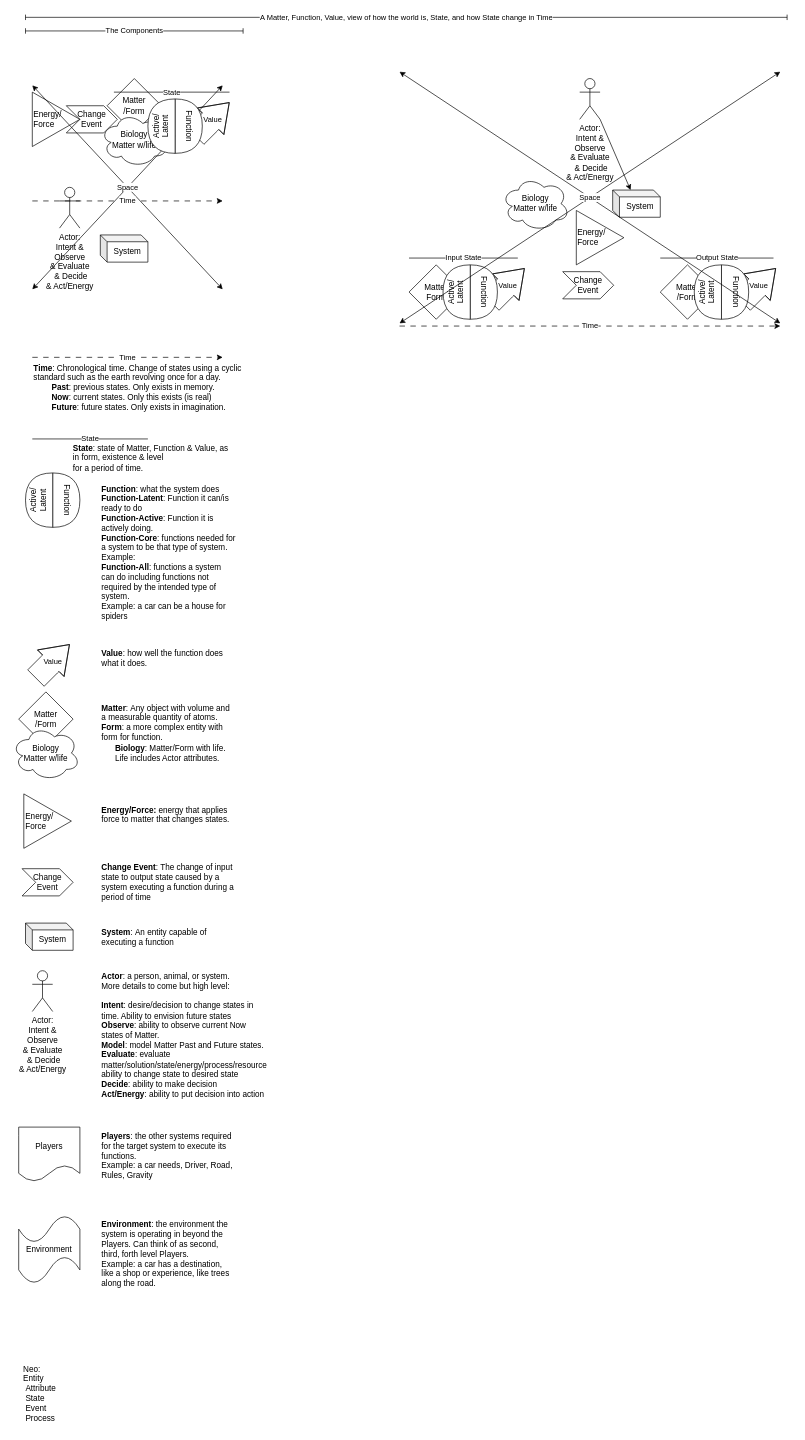
Above: docs/drawings/Big Picture.drawio in TheTwinInc/twin (draw.io), before the change. Source tidied: cells renumbered, new cells numbered last; positions are measured from the earlier drawing's top-left corner, leaving out a move shared by most shapes. Both pictures are drawn from the tidied source at 68%, with x=0, y=0 at pixel (12, 17).
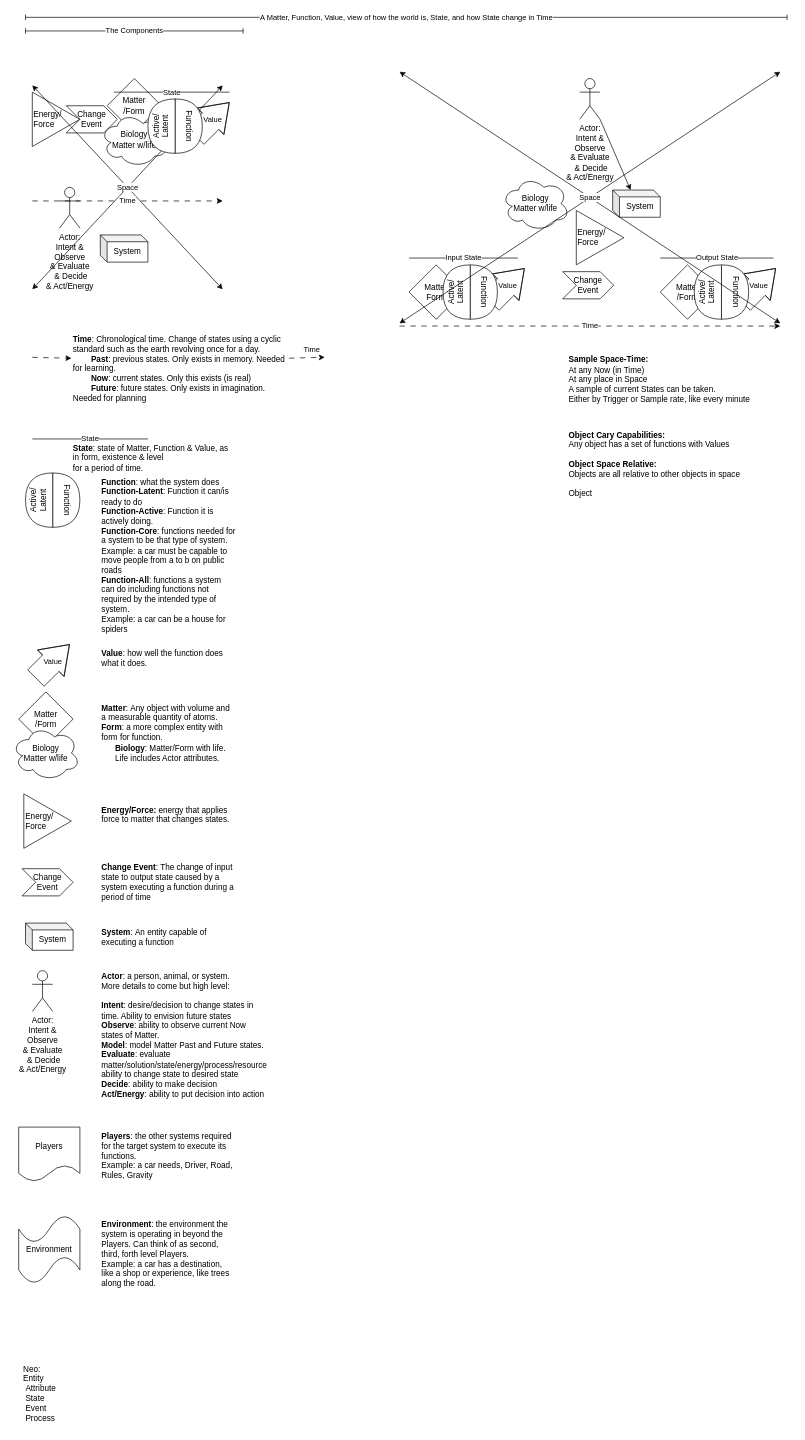
The same page after the edit.

The edit, as a diff of the source:
```diff
@@
-    <mxCell id="33" value="&lt;div&gt;&lt;b&gt;Function&lt;/b&gt;: what the system does&lt;br&gt;&lt;b&gt;Function-Latent&lt;/b&gt;: Function it can/is ready to do &lt;br&gt;&lt;b&gt;Function-Active&lt;/b&gt;: Function it is actively doing.&lt;br&gt;&lt;b&gt;Function-Core&lt;/b&gt;: functions needed for a system to be that type of system.&lt;br&gt;Example:&amp;nbsp;&lt;/div&gt;&lt;div&gt;&lt;b&gt;Function-All&lt;/b&gt;: functions a system can do including functions not required by the intended type of system. &lt;br&gt;Example: a car can be a house for spiders&lt;/div&gt;&lt;div&gt;&lt;div&gt;&lt;br&gt;&lt;/div&gt;&lt;/div&gt;" style="text;html=1;align=left;verticalAlign=top;whiteSpace=wrap;rounded=0;" parent="1" vertex="1">
-      <mxGeometry x="130" y="680" width="200" height="190" as="geometry" />
+    <mxCell id="33" value="&lt;div&gt;&lt;b&gt;Function&lt;/b&gt;: what the system does&lt;br&gt;&lt;b&gt;Function-Latent&lt;/b&gt;: Function it can/is ready to do &lt;br&gt;&lt;b&gt;Function-Active&lt;/b&gt;: Function it is actively doing.&lt;br&gt;&lt;b&gt;Function-Core&lt;/b&gt;: functions needed for a system to be that type of system.&lt;br&gt;Example: a car must be capable to move people from a to b on public roads&lt;/div&gt;&lt;div&gt;&lt;b&gt;Function-All&lt;/b&gt;: functions a system can do including functions not required by the intended type of system. &lt;br&gt;Example: a car can be a house for spiders&lt;/div&gt;&lt;div&gt;&lt;div&gt;&lt;br&gt;&lt;/div&gt;&lt;/div&gt;" style="text;html=1;align=left;verticalAlign=top;whiteSpace=wrap;rounded=0;" parent="1" vertex="1">
+      <mxGeometry x="130" y="670" width="200" height="190" as="geometry" />
     </mxCell>
@@
-    <mxCell id="40" value="Time" style="endArrow=classic;html=1;rounded=0;dashed=1;dashPattern=8 8;" parent="1" edge="1">
-      <mxGeometry relative="1" as="geometry">
-        <mxPoint x="30" y="500" as="sourcePoint" />
-        <mxPoint x="310" y="500" as="targetPoint" />
+    <mxCell id="40" value="Time" style="endArrow=classic;html=1;rounded=0;dashed=1;dashPattern=8 8;" parent="1" edge="1" source="41">
+      <mxGeometry x="0.3" y="11" relative="1" as="geometry">
+        <mxPoint x="460" y="500" as="targetPoint" />
       </mxGeometry>
     </mxCell>
-    <mxCell id="41" value="&lt;div&gt;&lt;b&gt;Time&lt;/b&gt;: Chronological time. Change of states&amp;nbsp;&lt;span style=&quot;background-color: transparent; color: light-dark(rgb(0, 0, 0), rgb(255, 255, 255));&quot;&gt;using a cyclic standard&amp;nbsp;&lt;/span&gt;&lt;span style=&quot;background-color: transparent;&quot;&gt;such as the earth revolving once&amp;nbsp;&lt;/span&gt;&lt;span style=&quot;background-color: transparent; color: light-dark(rgb(0, 0, 0), rgb(255, 255, 255));&quot;&gt;for a day&lt;/span&gt;&lt;span style=&quot;background-color: transparent; color: light-dark(rgb(0, 0, 0), rgb(255, 255, 255));&quot;&gt;.&lt;/span&gt;&lt;/div&gt;&lt;div&gt;&lt;span style=&quot;white-space: pre;&quot;&gt;&#9;&lt;/span&gt;&lt;b&gt;Past&lt;/b&gt;: previous states. Only exists in memory.&lt;br&gt;&lt;span style=&quot;white-space: pre;&quot;&gt;&#9;&lt;/span&gt;&lt;b&gt;Now&lt;/b&gt;: current states. Only this exists (is real)&lt;br&gt;&lt;span style=&quot;white-space: pre;&quot;&gt;&#9;&lt;/span&gt;&lt;b&gt;Future&lt;/b&gt;: future states. Only exists in imagination.&lt;/div&gt;" style="text;html=1;align=left;verticalAlign=top;whiteSpace=wrap;rounded=0;" parent="1" vertex="1">
-      <mxGeometry x="30" y="502" width="320" height="90" as="geometry" />
-    </mxCell>
@@
+    <mxCell id="69" value="&lt;div style=&quot;&quot;&gt;&lt;b&gt;Sample Space-Time:&lt;/b&gt;&lt;/div&gt;&lt;div&gt;At any Now (in Time)&lt;/div&gt;&lt;div&gt;At any place in Space&lt;/div&gt;&lt;div&gt;A sample of current States can be taken.&lt;/div&gt;&lt;div&gt;Either by Trigger or Sample rate, like every minute&lt;/div&gt;&lt;div&gt;&lt;br&gt;&lt;/div&gt;" style="text;html=1;whiteSpace=wrap;strokeColor=none;fillColor=none;align=left;verticalAlign=middle;rounded=0;" parent="1" vertex="1">
+      <mxGeometry x="817" y="470" width="310" height="140" as="geometry" />
+    </mxCell>
+    <mxCell id="70" value="&lt;div style=&quot;&quot;&gt;&lt;b&gt;Object Cary Capabilities:&lt;/b&gt;&lt;/div&gt;&lt;div&gt;Any object has a set of functions with Values&lt;/div&gt;&lt;div&gt;&lt;br&gt;&lt;/div&gt;&lt;div&gt;&lt;b&gt;Object Space Relative:&lt;/b&gt;&lt;/div&gt;&lt;div&gt;Objects are all relative to other objects in space&lt;/div&gt;&lt;div&gt;&lt;br&gt;&lt;/div&gt;&lt;div&gt;Object&amp;nbsp;&lt;/div&gt;&lt;div&gt;&lt;br&gt;&lt;/div&gt;" style="text;html=1;whiteSpace=wrap;strokeColor=none;fillColor=none;align=left;verticalAlign=middle;rounded=0;" parent="1" vertex="1">
+      <mxGeometry x="817" y="595" width="310" height="140" as="geometry" />
+    </mxCell>
+    <mxCell id="71" style="endArrow=classic;html=1;rounded=0;dashed=1;dashPattern=8 8;" parent="1" edge="1" target="41">
+      <mxGeometry relative="1" as="geometry">
+        <mxPoint x="30" y="500" as="sourcePoint" />
+      </mxGeometry>
+    </mxCell>
+    <mxCell id="41" value="&lt;div&gt;&lt;b&gt;Time&lt;/b&gt;: Chronological time. Change of states&amp;nbsp;&lt;span style=&quot;background-color: transparent; color: light-dark(rgb(0, 0, 0), rgb(255, 255, 255));&quot;&gt;using a cyclic standard&amp;nbsp;&lt;/span&gt;&lt;span style=&quot;background-color: transparent;&quot;&gt;such as the earth revolving once&amp;nbsp;&lt;/span&gt;&lt;span style=&quot;background-color: transparent; color: light-dark(rgb(0, 0, 0), rgb(255, 255, 255));&quot;&gt;for a day&lt;/span&gt;&lt;span style=&quot;background-color: transparent; color: light-dark(rgb(0, 0, 0), rgb(255, 255, 255));&quot;&gt;.&lt;/span&gt;&lt;/div&gt;&lt;div&gt;&lt;span style=&quot;white-space: pre;&quot;&gt;&#9;&lt;/span&gt;&lt;b&gt;Past&lt;/b&gt;: previous states. Only exists in memory. Needed for learning.&lt;br&gt;&lt;span style=&quot;white-space: pre;&quot;&gt;&#9;&lt;/span&gt;&lt;b&gt;Now&lt;/b&gt;: current states. Only this exists (is real)&lt;br&gt;&lt;span style=&quot;white-space: pre;&quot;&gt;&#9;&lt;/span&gt;&lt;b&gt;Future&lt;/b&gt;: future states. Only exists in imagination. Needed for planning&lt;/div&gt;" style="text;html=1;align=left;verticalAlign=top;whiteSpace=wrap;rounded=0;" parent="1" vertex="1">
+      <mxGeometry x="87.5" y="460" width="320" height="90" as="geometry" />
+    </mxCell>
```
